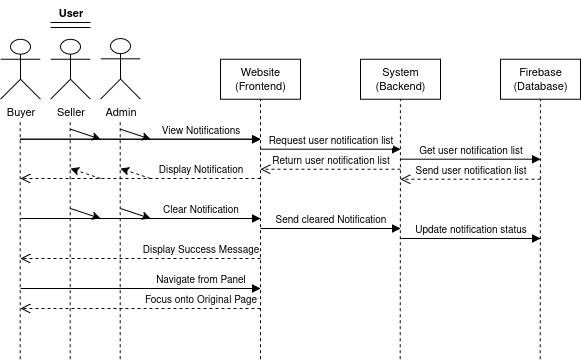
The draw.io diagram SRS Documents/User Story Diagrams/Sequence Diagram - 7.png in TagReaper/CSE-4214-03-Lab-Project, before a commit. Source tidied: cells renumbered, new cells last; positions are measured from the earlier drawing's top-left corner, leaving out a move shared by most shapes.
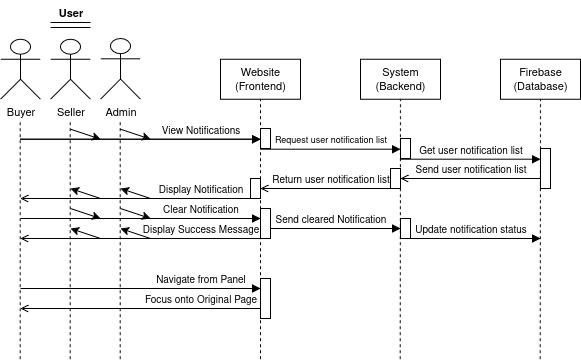
The same diagram one commit later.

Diff of the diagram source:
```diff
@@ -63,8 +63,8 @@
         </Array>
       </mxGeometry>
     </mxCell>
-    <mxCell id="15" value="&lt;font style=&quot;font-size: 10px;&quot;&gt;Request user notification list&lt;/font&gt;" style="html=1;verticalAlign=bottom;endArrow=block;curved=0;rounded=0;strokeColor=default;align=center;fontFamily=Helvetica;fontSize=11;fontColor=default;labelBackgroundColor=default;" parent="1" edge="1">
-      <mxGeometry relative="1" as="geometry">
+    <mxCell id="15" value="&lt;font style=&quot;font-size: 9px;&quot;&gt;Request user notification list&lt;/font&gt;" style="html=1;verticalAlign=bottom;endArrow=block;curved=0;rounded=0;strokeColor=default;align=center;fontFamily=Helvetica;fontSize=11;fontColor=default;labelBackgroundColor=default;" parent="1" edge="1">
+      <mxGeometry y="1" relative="1" as="geometry">
         <mxPoint x="260" y="148.7" as="sourcePoint" />
         <mxPoint x="400" y="148.7" as="targetPoint" />
       </mxGeometry>
@@ -93,36 +93,36 @@
         <mxPoint x="260" y="138.7" as="targetPoint" />
       </mxGeometry>
     </mxCell>
-    <mxCell id="20" value="&lt;font style=&quot;font-size: 10px;&quot;&gt;Send user&amp;nbsp;&lt;/font&gt;&lt;span style=&quot;font-size: 10px;&quot;&gt;notification list&lt;/span&gt;" style="html=1;verticalAlign=bottom;endArrow=open;dashed=1;endSize=8;curved=0;rounded=0;strokeColor=default;align=center;fontFamily=Helvetica;fontSize=11;fontColor=default;labelBackgroundColor=default;" parent="1" edge="1">
+    <mxCell id="20" value="&lt;font style=&quot;font-size: 10px;&quot;&gt;Send user&amp;nbsp;&lt;/font&gt;&lt;span style=&quot;font-size: 10px;&quot;&gt;notification list&lt;/span&gt;" style="html=1;verticalAlign=bottom;endArrow=open;curved=0;rounded=0;strokeColor=default;align=center;fontFamily=Helvetica;fontSize=11;fontColor=default;labelBackgroundColor=default;strokeWidth=1;" parent="1" edge="1">
       <mxGeometry relative="1" as="geometry">
-        <mxPoint x="540" y="178.7" as="sourcePoint" />
-        <mxPoint x="400" y="178.7" as="targetPoint" />
+        <mxPoint x="540" y="178" as="sourcePoint" />
+        <mxPoint x="400" y="178" as="targetPoint" />
       </mxGeometry>
     </mxCell>
-    <mxCell id="21" value="&lt;font style=&quot;font-size: 10px;&quot;&gt;Return user&amp;nbsp;&lt;/font&gt;&lt;span style=&quot;font-size: 10px;&quot;&gt;notification list&lt;/span&gt;" style="html=1;verticalAlign=bottom;endArrow=open;dashed=1;endSize=8;curved=0;rounded=0;strokeColor=default;align=center;fontFamily=Helvetica;fontSize=11;fontColor=default;labelBackgroundColor=default;" parent="1" edge="1">
+    <mxCell id="21" value="&lt;font style=&quot;font-size: 10px;&quot;&gt;Return user&amp;nbsp;&lt;/font&gt;&lt;span style=&quot;font-size: 10px;&quot;&gt;notification list&lt;/span&gt;" style="html=1;verticalAlign=bottom;endArrow=open;curved=0;rounded=0;strokeColor=default;align=center;fontFamily=Helvetica;fontSize=11;fontColor=default;labelBackgroundColor=default;strokeWidth=1;" parent="1" edge="1">
       <mxGeometry relative="1" as="geometry">
-        <mxPoint x="400" y="168.7" as="sourcePoint" />
-        <mxPoint x="260" y="168.7" as="targetPoint" />
+        <mxPoint x="400" y="188" as="sourcePoint" />
+        <mxPoint x="260" y="188" as="targetPoint" />
       </mxGeometry>
     </mxCell>
-    <mxCell id="22" value="&lt;font style=&quot;font-size: 10px;&quot;&gt;Display Notification&lt;/font&gt;" style="html=1;verticalAlign=bottom;endArrow=open;dashed=1;endSize=8;curved=0;rounded=0;strokeColor=default;align=center;fontFamily=Helvetica;fontSize=11;fontColor=default;labelBackgroundColor=default;" parent="1" edge="1">
+    <mxCell id="22" value="&lt;font style=&quot;font-size: 10px;&quot;&gt;Display Notification&lt;/font&gt;" style="html=1;verticalAlign=bottom;endArrow=open;curved=0;rounded=0;strokeColor=default;align=center;fontFamily=Helvetica;fontSize=11;fontColor=default;labelBackgroundColor=default;strokeWidth=1;" parent="1" edge="1">
       <mxGeometry x="-0.5" relative="1" as="geometry">
-        <mxPoint x="260" y="178" as="sourcePoint" />
-        <mxPoint x="20" y="178" as="targetPoint" />
+        <mxPoint x="260" y="198" as="sourcePoint" />
+        <mxPoint x="20" y="198" as="targetPoint" />
       </mxGeometry>
     </mxCell>
-    <mxCell id="23" style="endArrow=classic;html=1;rounded=0;strokeColor=default;align=center;verticalAlign=middle;fontFamily=Helvetica;fontSize=11;fontColor=default;labelBackgroundColor=default;dashed=1;" parent="1" edge="1">
+    <mxCell id="23" style="endArrow=classic;html=1;rounded=0;strokeColor=default;align=center;verticalAlign=middle;fontFamily=Helvetica;fontSize=11;fontColor=default;labelBackgroundColor=default;strokeWidth=1;" parent="1" edge="1">
       <mxGeometry relative="1" as="geometry">
-        <mxPoint x="100" y="178" as="sourcePoint" />
-        <mxPoint x="70" y="168" as="targetPoint" />
+        <mxPoint x="100" y="198" as="sourcePoint" />
+        <mxPoint x="70" y="188" as="targetPoint" />
       </mxGeometry>
     </mxCell>
-    <mxCell id="24" style="endArrow=classic;html=1;rounded=0;strokeColor=default;align=center;verticalAlign=middle;fontFamily=Helvetica;fontSize=11;fontColor=default;labelBackgroundColor=default;dashed=1;" parent="1" edge="1">
+    <mxCell id="24" style="endArrow=classic;html=1;rounded=0;strokeColor=default;align=center;verticalAlign=middle;fontFamily=Helvetica;fontSize=11;fontColor=default;labelBackgroundColor=default;strokeWidth=1;" parent="1" edge="1">
       <mxGeometry relative="1" as="geometry">
-        <mxPoint x="150" y="178" as="sourcePoint" />
-        <mxPoint x="120" y="168" as="targetPoint" />
+        <mxPoint x="150" y="198" as="sourcePoint" />
+        <mxPoint x="120" y="188" as="targetPoint" />
         <Array as="points">
-          <mxPoint x="150" y="178" />
+          <mxPoint x="150" y="198" />
         </Array>
       </mxGeometry>
     </mxCell>
@@ -171,17 +171,59 @@
         <mxPoint x="260" y="288" as="targetPoint" />
       </mxGeometry>
     </mxCell>
-    <mxCell id="34" value="&lt;font style=&quot;font-size: 10px;&quot;&gt;Display Success Message&lt;/font&gt;" style="html=1;verticalAlign=bottom;endArrow=open;dashed=1;endSize=8;curved=0;rounded=0;strokeColor=default;align=center;fontFamily=Helvetica;fontSize=11;fontColor=default;labelBackgroundColor=default;" parent="1" edge="1">
+    <mxCell id="34" value="&lt;font style=&quot;font-size: 10px;&quot;&gt;Display Success Message&lt;/font&gt;" style="html=1;verticalAlign=bottom;endArrow=open;curved=0;rounded=0;strokeColor=default;align=center;fontFamily=Helvetica;fontSize=11;fontColor=default;labelBackgroundColor=default;strokeWidth=1;" parent="1" edge="1">
       <mxGeometry x="-0.5" relative="1" as="geometry">
-        <mxPoint x="260" y="258" as="sourcePoint" />
-        <mxPoint x="20" y="258" as="targetPoint" />
+        <mxPoint x="260" y="238" as="sourcePoint" />
+        <mxPoint x="20" y="238" as="targetPoint" />
       </mxGeometry>
     </mxCell>
-    <mxCell id="35" value="&lt;font style=&quot;font-size: 10px;&quot;&gt;Focus onto Original Page&lt;/font&gt;" style="html=1;verticalAlign=bottom;endArrow=open;dashed=1;endSize=8;curved=0;rounded=0;strokeColor=default;align=center;fontFamily=Helvetica;fontSize=11;fontColor=default;labelBackgroundColor=default;" parent="1" edge="1">
+    <mxCell id="35" value="&lt;font style=&quot;font-size: 10px;&quot;&gt;Focus onto Original Page&lt;/font&gt;" style="html=1;verticalAlign=bottom;endArrow=open;curved=0;rounded=0;strokeColor=default;align=center;fontFamily=Helvetica;fontSize=11;fontColor=default;labelBackgroundColor=default;strokeWidth=1;" parent="1" edge="1">
       <mxGeometry x="-0.5" relative="1" as="geometry">
         <mxPoint x="260" y="308" as="sourcePoint" />
         <mxPoint x="20" y="308" as="targetPoint" />
       </mxGeometry>
     </mxCell>
+    <mxCell id="36" style="rounded=0;whiteSpace=wrap;html=1;" parent="1" vertex="1">
+      <mxGeometry x="260" y="128" width="10" height="20" as="geometry" />
+    </mxCell>
+    <mxCell id="37" style="rounded=0;whiteSpace=wrap;html=1;" parent="1" vertex="1">
+      <mxGeometry x="260" y="128" width="10" height="20" as="geometry" />
+    </mxCell>
+    <mxCell id="38" style="rounded=0;whiteSpace=wrap;html=1;" parent="1" vertex="1">
+      <mxGeometry x="400" y="138" width="10" height="20" as="geometry" />
+    </mxCell>
+    <mxCell id="39" style="rounded=0;whiteSpace=wrap;html=1;" parent="1" vertex="1">
+      <mxGeometry x="540" y="148" width="10" height="40" as="geometry" />
+    </mxCell>
+    <mxCell id="40" style="rounded=0;whiteSpace=wrap;html=1;" parent="1" vertex="1">
+      <mxGeometry x="390" y="168" width="10" height="20" as="geometry" />
+    </mxCell>
+    <mxCell id="41" style="rounded=0;whiteSpace=wrap;html=1;" parent="1" vertex="1">
+      <mxGeometry x="250" y="178" width="10" height="20" as="geometry" />
+    </mxCell>
+    <mxCell id="42" style="rounded=0;whiteSpace=wrap;html=1;" parent="1" vertex="1">
+      <mxGeometry x="260" y="208" width="10" height="30" as="geometry" />
+    </mxCell>
+    <mxCell id="43" style="rounded=0;whiteSpace=wrap;html=1;" parent="1" vertex="1">
+      <mxGeometry x="400" y="218" width="10" height="20" as="geometry" />
+    </mxCell>
+    <mxCell id="44" style="endArrow=classic;html=1;rounded=0;strokeColor=default;align=center;verticalAlign=middle;fontFamily=Helvetica;fontSize=11;fontColor=default;labelBackgroundColor=default;strokeWidth=1;" parent="1" edge="1">
+      <mxGeometry relative="1" as="geometry">
+        <mxPoint x="100" y="238" as="sourcePoint" />
+        <mxPoint x="70" y="228" as="targetPoint" />
+      </mxGeometry>
+    </mxCell>
+    <mxCell id="45" style="endArrow=classic;html=1;rounded=0;strokeColor=default;align=center;verticalAlign=middle;fontFamily=Helvetica;fontSize=11;fontColor=default;labelBackgroundColor=default;strokeWidth=1;" parent="1" edge="1">
+      <mxGeometry relative="1" as="geometry">
+        <mxPoint x="150" y="238" as="sourcePoint" />
+        <mxPoint x="120" y="228" as="targetPoint" />
+        <Array as="points">
+          <mxPoint x="150" y="238" />
+        </Array>
+      </mxGeometry>
+    </mxCell>
+    <mxCell id="46" style="rounded=0;whiteSpace=wrap;html=1;" parent="1" vertex="1">
+      <mxGeometry x="260" y="278" width="10" height="40" as="geometry" />
+    </mxCell>
   </root>
 </mxGraphModel>
```
